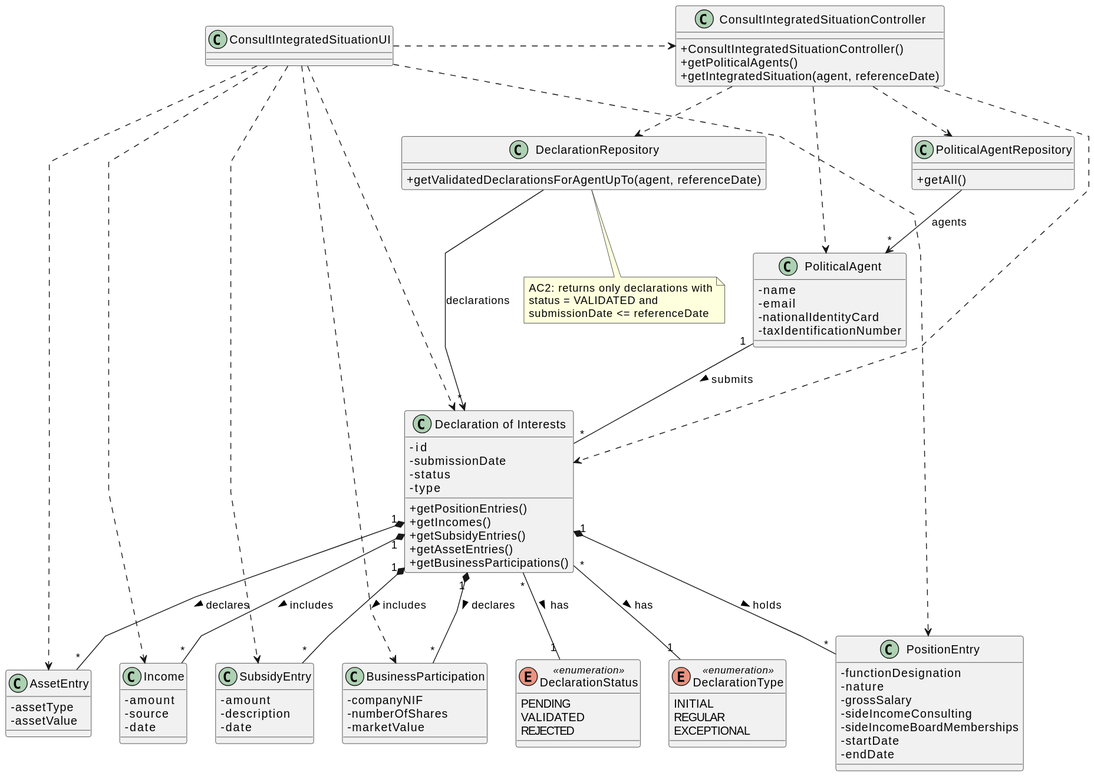
Above: docs/system-documentation/US09/03.design/svg/US09-CD.svg in brunodspinto/crystal-clear-platform (PlantUML), before the change.
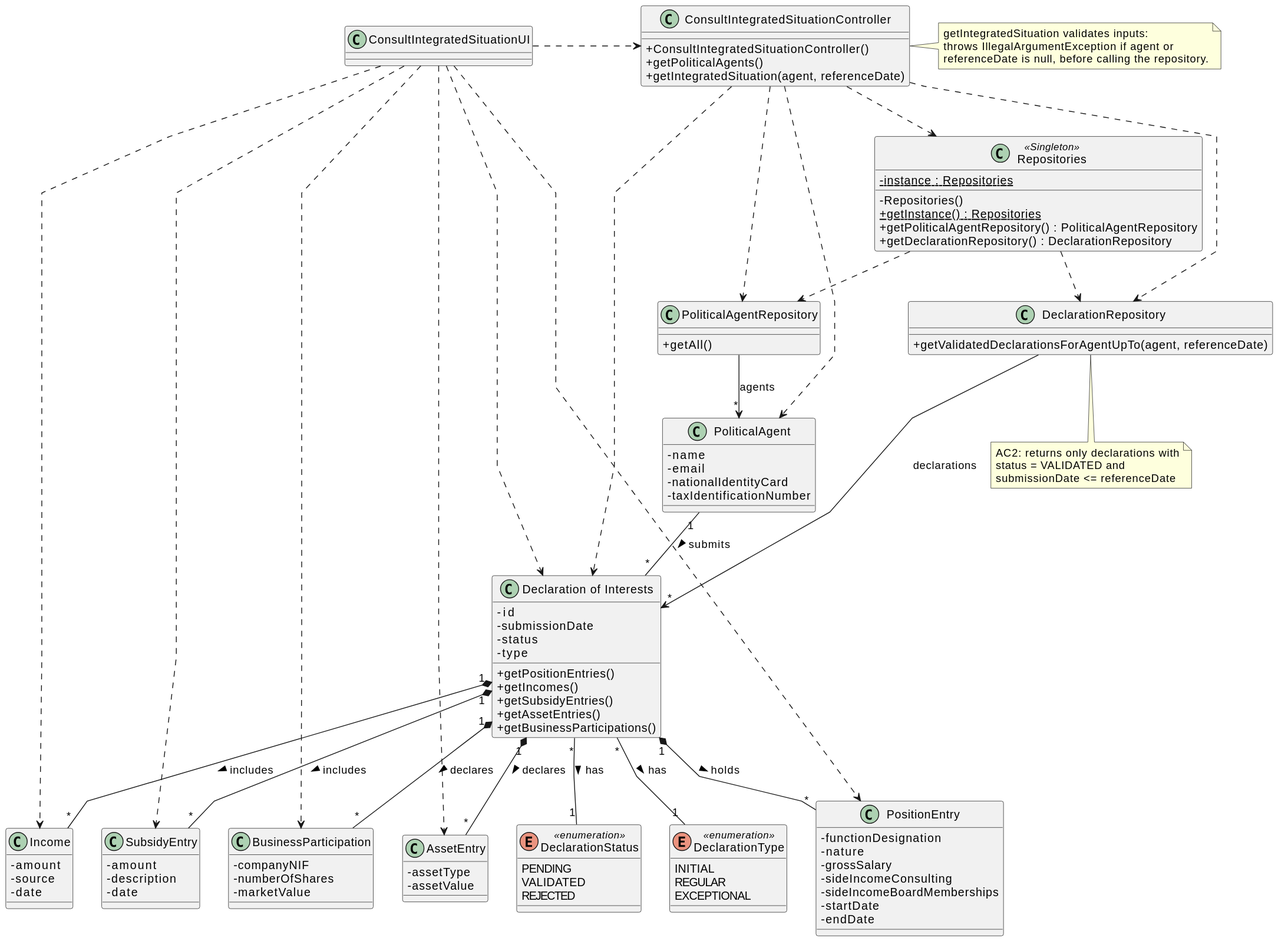
After the commit.

Change to the diagram source:
```diff
@@ -11,6 +11,14 @@
     + ConsultIntegratedSituationController()
     + getPoliticalAgents()
     + getIntegratedSituation(agent, referenceDate)
+}
+
+class Repositories <<Singleton>> {
+    - {static} instance : Repositories
+    - Repositories()
+    + {static} getInstance() : Repositories
+    + getPoliticalAgentRepository() : PoliticalAgentRepository
+    + getDeclarationRepository() : DeclarationRepository
 }
 
 class PoliticalAgentRepository {
@@ -87,6 +95,9 @@
 
 ConsultIntegratedSituationUI .> ConsultIntegratedSituationController
 
+ConsultIntegratedSituationController ..> Repositories
+Repositories ..> PoliticalAgentRepository
+Repositories ..> DeclarationRepository
 ConsultIntegratedSituationController ..> PoliticalAgentRepository
 ConsultIntegratedSituationController ..> DeclarationRepository
 ConsultIntegratedSituationController ..> PoliticalAgent
@@ -116,4 +127,10 @@
     status = VALIDATED and
     submissionDate <= referenceDate
 end note
+
+note right of ConsultIntegratedSituationController
+    getIntegratedSituation validates inputs:
+    throws IllegalArgumentException if agent or
+    referenceDate is null, before calling the repository.
+end note
 @enduml
```
